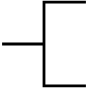
The draw.io diagram pildid/Voodiagrammi_comment.svg in Rihosepp-40B/TarkvaraArendusprotsess, before a commit. Source tidied: cells renumbered, new cells last; positions are measured from the earlier drawing's top-left corner, leaving out a move shared by most shapes.
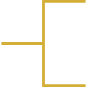
Later version of the same file.

The edit, as a diff of the source:
```diff
@@ -2,7 +2,7 @@
   <root>
     <mxCell id="0" />
     <mxCell id="1" parent="0" />
-    <mxCell id="2" style="strokeWidth=2;html=1;shape=mxgraph.flowchart.annotation_2;align=left;labelPosition=right;strokeColor=light-dark(#000000,#D4AF37);" parent="1" vertex="1">
+    <mxCell id="2" style="strokeWidth=2;html=1;shape=mxgraph.flowchart.annotation_2;align=left;labelPosition=right;strokeColor=light-dark(#D4AF37,#D4AF37);" parent="1" vertex="1">
       <mxGeometry width="60" height="60" as="geometry" />
     </mxCell>
   </root>
```
